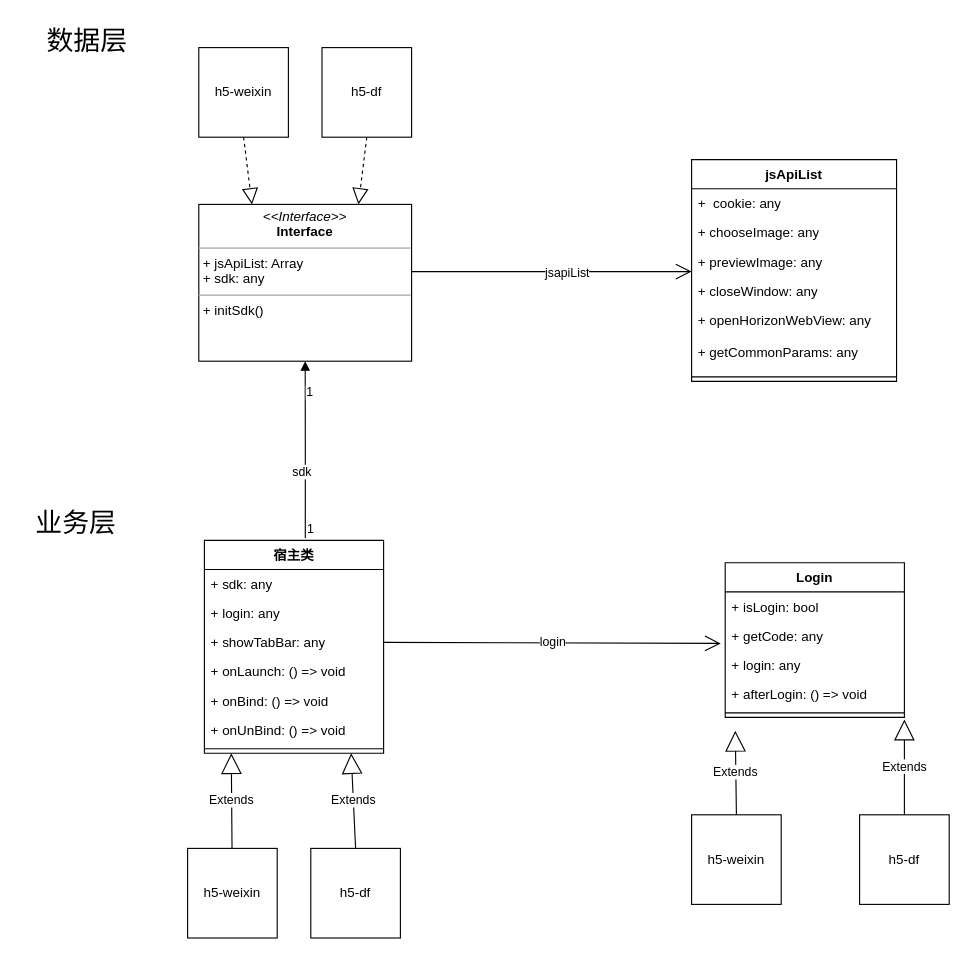
This is page "第 2 页" (2 of 3) of 未命名绘图.drawio from ios2014/ios--, a draw.io file, before an edit. Source tidied: cells renumbered, new cells numbered last; positions are measured from the earlier drawing's top-left corner, leaving out a move shared by most shapes. Both pictures are drawn from the tidied source at 112%, with x=0, y=0 at pixel (19, 19).
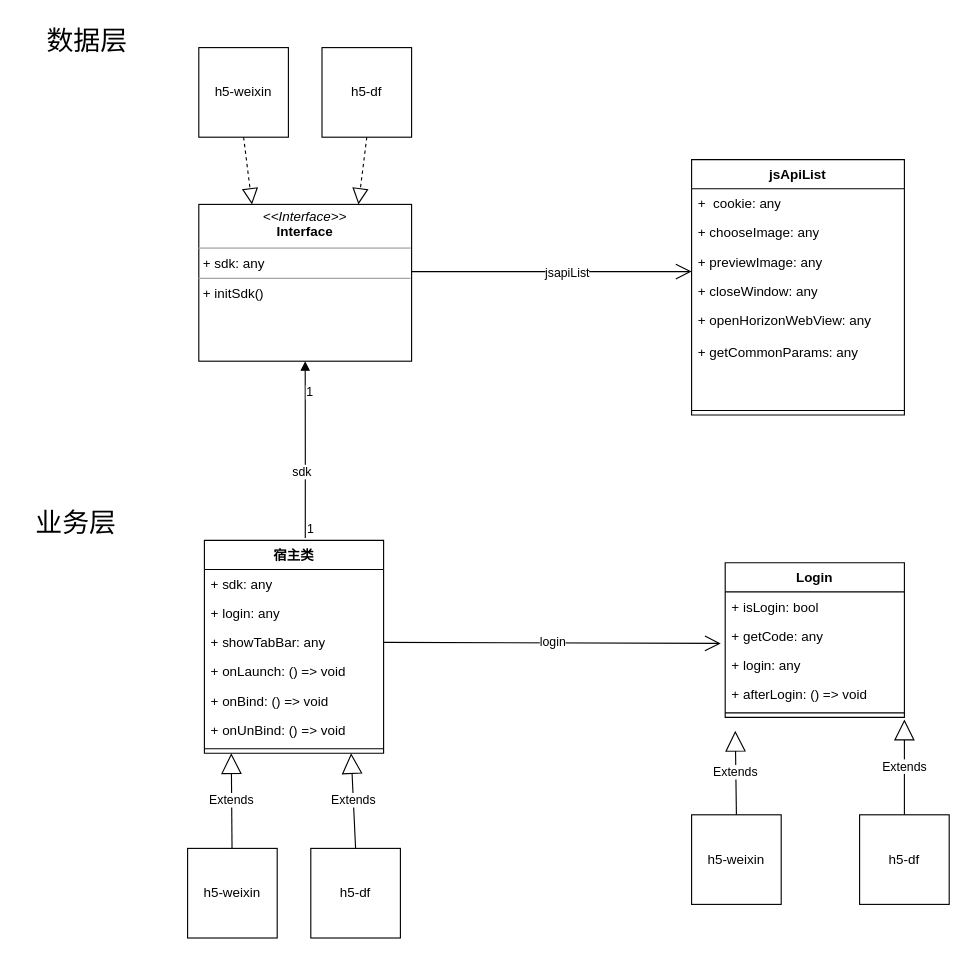
Above is the later version.

What changed in the source:
```diff
@@
-    <mxCell id="8" value="&lt;p style=&quot;margin:0px;margin-top:4px;text-align:center;&quot;&gt;&lt;i&gt;&amp;lt;&amp;lt;Interface&amp;gt;&amp;gt;&lt;/i&gt;&lt;br&gt;&lt;b&gt;Interface&lt;/b&gt;&lt;/p&gt;&lt;hr size=&quot;1&quot;&gt;&lt;p style=&quot;margin:0px;margin-left:4px;&quot;&gt;+&amp;nbsp;jsApiList: Array&lt;/p&gt;&lt;p style=&quot;margin:0px;margin-left:4px;&quot;&gt;+&amp;nbsp;sdk:&amp;nbsp;any&lt;/p&gt;&lt;hr size=&quot;1&quot;&gt;&lt;p style=&quot;margin:0px;margin-left:4px;&quot;&gt;+&amp;nbsp;initSdk()&lt;/p&gt;" style="verticalAlign=top;align=left;overflow=fill;fontSize=12;fontFamily=Helvetica;html=1;whiteSpace=wrap;" parent="1" vertex="1">
+    <mxCell id="8" value="&lt;p style=&quot;margin:0px;margin-top:4px;text-align:center;&quot;&gt;&lt;i&gt;&amp;lt;&amp;lt;Interface&amp;gt;&amp;gt;&lt;/i&gt;&lt;br&gt;&lt;b&gt;Interface&lt;/b&gt;&lt;/p&gt;&lt;hr size=&quot;1&quot;&gt;&lt;p style=&quot;margin:0px;margin-left:4px;&quot;&gt;+&amp;nbsp;sdk:&amp;nbsp;any&lt;br&gt;&lt;/p&gt;&lt;hr size=&quot;1&quot;&gt;&lt;p style=&quot;margin:0px;margin-left:4px;&quot;&gt;+&amp;nbsp;initSdk()&lt;/p&gt;" style="verticalAlign=top;align=left;overflow=fill;fontSize=12;fontFamily=Helvetica;html=1;whiteSpace=wrap;" parent="1" vertex="1">
       <mxGeometry x="160" y="165" width="190" height="140" as="geometry" />
     </mxCell>
@@
     <mxCell id="25" value="jsApiList" style="swimlane;fontStyle=1;align=center;verticalAlign=top;horizontal=1;startSize=26;whiteSpace=wrap;html=1;" parent="1" vertex="1">
-      <mxGeometry x="600" y="125" width="183" height="198" as="geometry" />
+      <mxGeometry x="600" y="125" width="190" height="228" as="geometry" />
     </mxCell>
     <mxCell id="26" value="+ &amp;nbsp;cookie:&amp;nbsp;any" style="text;strokeColor=none;fillColor=none;align=left;verticalAlign=top;spacingLeft=4;spacingRight=4;overflow=hidden;whiteSpace=wrap;html=1;" parent="25" vertex="1">
-      <mxGeometry y="26" width="183" height="26" as="geometry" />
+      <mxGeometry y="26" width="190" height="26" as="geometry" />
     </mxCell>
     <mxCell id="27" value="+&amp;nbsp;chooseImage:&amp;nbsp;any" style="text;strokeColor=none;fillColor=none;align=left;verticalAlign=top;spacingLeft=4;spacingRight=4;overflow=hidden;whiteSpace=wrap;html=1;" parent="25" vertex="1">
-      <mxGeometry y="52" width="183" height="26" as="geometry" />
+      <mxGeometry y="52" width="190" height="26" as="geometry" />
     </mxCell>
     <mxCell id="28" value="+&amp;nbsp;previewImage:&amp;nbsp;any" style="text;strokeColor=none;fillColor=none;align=left;verticalAlign=top;spacingLeft=4;spacingRight=4;overflow=hidden;whiteSpace=wrap;html=1;" parent="25" vertex="1">
-      <mxGeometry y="78" width="183" height="26" as="geometry" />
+      <mxGeometry y="78" width="190" height="26" as="geometry" />
     </mxCell>
     <mxCell id="29" value="+&amp;nbsp;closeWindow:&amp;nbsp;any" style="text;strokeColor=none;fillColor=none;align=left;verticalAlign=top;spacingLeft=4;spacingRight=4;overflow=hidden;whiteSpace=wrap;html=1;" parent="25" vertex="1">
-      <mxGeometry y="104" width="183" height="26" as="geometry" />
+      <mxGeometry y="104" width="190" height="26" as="geometry" />
     </mxCell>
-    <mxCell id="30" value="+&amp;nbsp;openHorizonWebView:&amp;nbsp;any&lt;br&gt;&lt;br&gt;+ getCommonParams: any" style="text;strokeColor=none;fillColor=none;align=left;verticalAlign=top;spacingLeft=4;spacingRight=4;overflow=hidden;whiteSpace=wrap;html=1;" parent="25" vertex="1">
-      <mxGeometry y="130" width="183" height="60" as="geometry" />
+    <mxCell id="30" value="+&amp;nbsp;openHorizonWebView:&amp;nbsp;any&lt;br&gt;&lt;br&gt;+ getCommonParams: any&lt;br&gt;" style="text;strokeColor=none;fillColor=none;align=left;verticalAlign=top;spacingLeft=4;spacingRight=4;overflow=hidden;whiteSpace=wrap;html=1;" parent="25" vertex="1">
+      <mxGeometry y="130" width="190" height="90" as="geometry" />
     </mxCell>
     <mxCell id="31" style="line;strokeWidth=1;fillColor=none;align=left;verticalAlign=middle;spacingTop=-1;spacingLeft=3;spacingRight=3;labelPosition=right;strokeColor=inherit;" parent="25" vertex="1">
-      <mxGeometry y="190" width="183" height="8" as="geometry" />
+      <mxGeometry y="220" width="190" height="8" as="geometry" />
     </mxCell>
```
